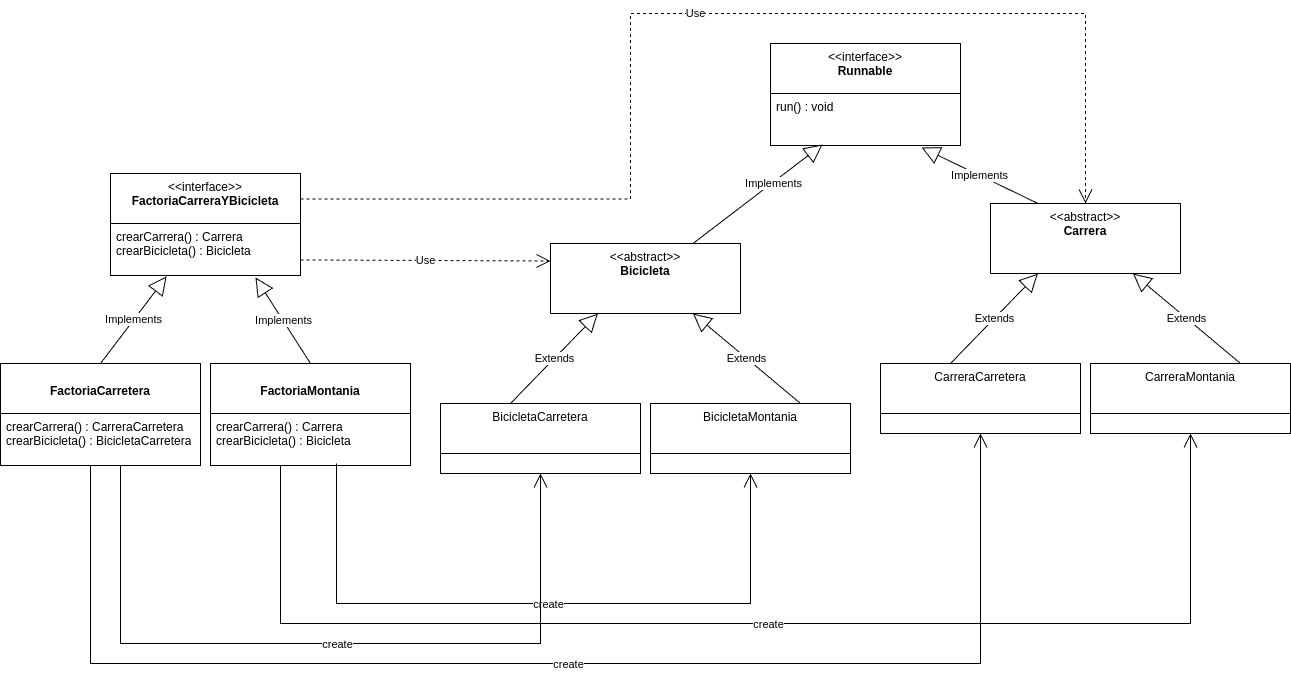
The draw.io diagram PR1/img/ej1_con_hebras.png in JuanmiAcosta/Desarrollo_De_Software, before a commit. Source tidied: cells renumbered, new cells last; positions are measured from the earlier drawing's top-left corner, leaving out a move shared by most shapes.
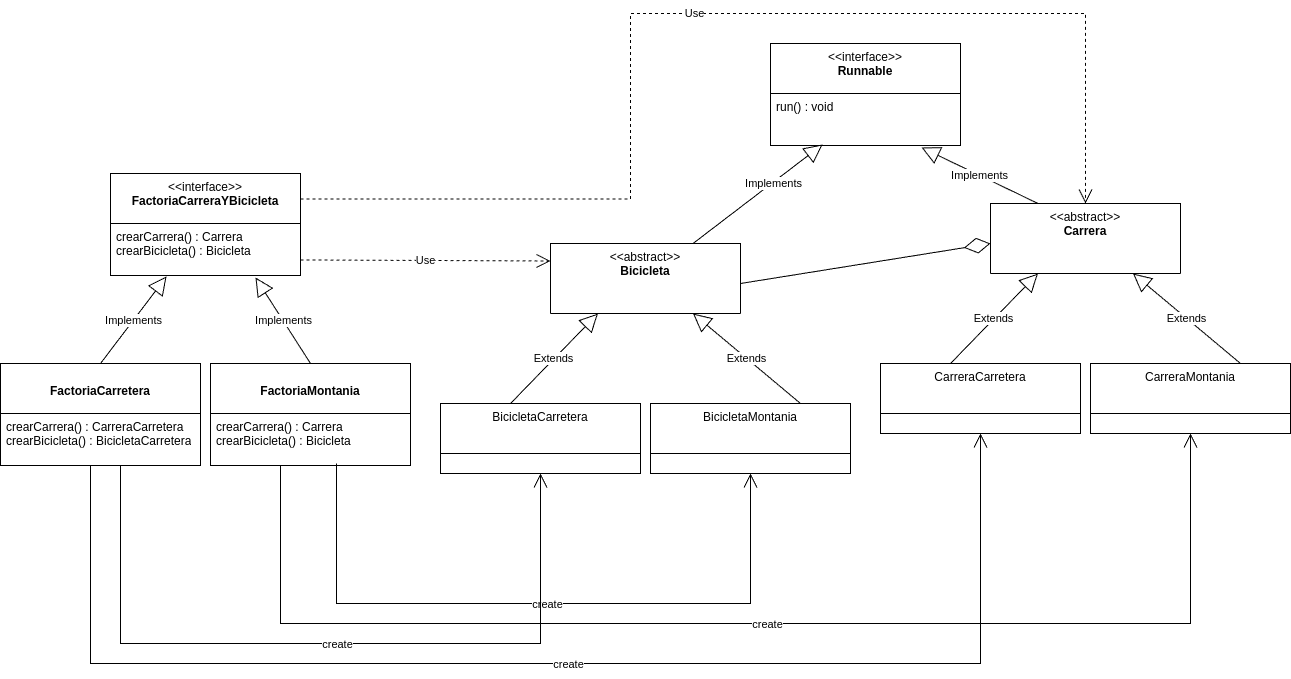
After the change.

Change to the diagram source:
```diff
@@ -29,11 +29,11 @@
     <mxCell id="10" value="&lt;span style=&quot;font-weight: 400;&quot;&gt;BicicletaMontania&lt;/span&gt;&lt;div&gt;&lt;/div&gt;" style="swimlane;fontStyle=1;align=center;verticalAlign=top;horizontal=1;startSize=50;whiteSpace=wrap;html=1;" parent="1" vertex="1">
       <mxGeometry x="650" y="390" width="200" height="70" as="geometry" />
     </mxCell>
-    <mxCell id="11" value="Extends" style="endArrow=block;endSize=16;endFill=0;html=1;rounded=0;entryX=0.25;entryY=1;entryDx=0;entryDy=0;" parent="1" edge="1" target="8">
-      <mxGeometry relative="1" as="geometry">
-        <mxPoint x="510" y="390" as="sourcePoint" />
-      </mxGeometry>
-    </mxCell>
+    <mxCell id="34" value="Extends" style="endArrow=block;endSize=16;endFill=0;html=1;rounded=0;entryX=0.25;entryY=1;entryDx=0;entryDy=0;" parent="1" edge="1" target="8">
+      <mxGeometry relative="1" as="geometry">
+        <mxPoint x="510" y="390" as="sourcePoint" />
+      </mxGeometry>
+    </mxCell>
     <mxCell id="12" value="Extends" style="endArrow=block;endSize=16;endFill=0;html=1;rounded=0;entryX=0.75;entryY=1;entryDx=0;entryDy=0;exitX=0.75;exitY=0;exitDx=0;exitDy=0;" parent="1" edge="1" source="10" target="8">
       <mxGeometry relative="1" as="geometry" />
     </mxCell>
@@ -55,70 +55,70 @@
     <mxCell id="18" value="&lt;span style=&quot;font-weight: 400;&quot;&gt;CarreraMontania&lt;/span&gt;&lt;div&gt;&lt;/div&gt;" style="swimlane;fontStyle=1;align=center;verticalAlign=top;horizontal=1;startSize=50;whiteSpace=wrap;html=1;" parent="1" vertex="1">
       <mxGeometry x="1090" y="350" width="200" height="70" as="geometry" />
     </mxCell>
-    <mxCell id="19" value="Extends" style="endArrow=block;endSize=16;endFill=0;html=1;rounded=0;entryX=0.25;entryY=1;entryDx=0;entryDy=0;" parent="1" edge="1" target="16">
-      <mxGeometry relative="1" as="geometry">
-        <mxPoint x="950" y="350" as="sourcePoint" />
-      </mxGeometry>
-    </mxCell>
+    <mxCell id="35" value="Extends" style="endArrow=block;endSize=16;endFill=0;html=1;rounded=0;entryX=0.25;entryY=1;entryDx=0;entryDy=0;" parent="1" edge="1" target="16">
+      <mxGeometry relative="1" as="geometry">
+        <mxPoint x="950" y="350" as="sourcePoint" />
+      </mxGeometry>
+    </mxCell>
     <mxCell id="20" value="Extends" style="endArrow=block;endSize=16;endFill=0;html=1;rounded=0;entryX=0.75;entryY=1;entryDx=0;entryDy=0;exitX=0.75;exitY=0;exitDx=0;exitDy=0;" parent="1" edge="1" source="18" target="16">
       <mxGeometry relative="1" as="geometry" />
     </mxCell>
-    <mxCell id="21" style="endArrow=open;endFill=1;endSize=12;html=1;rounded=0;entryX=0.5;entryY=1;entryDx=0;entryDy=0;edgeStyle=orthogonalEdgeStyle;" parent="1" edge="1" target="10">
-      <mxGeometry relative="1" as="geometry">
-        <mxPoint x="336" y="450" as="sourcePoint" />
-        <Array as="points">
-          <mxPoint x="336" y="590" />
-          <mxPoint x="750" y="590" />
-        </Array>
-      </mxGeometry>
-    </mxCell>
-    <mxCell id="22" value="create" style="edgeLabel;html=1;align=center;verticalAlign=middle;" parent="21" vertex="1">
-      <mxGeometry x="0.03" y="-1" relative="1" as="geometry">
-        <mxPoint y="-1" as="offset" />
-      </mxGeometry>
-    </mxCell>
-    <mxCell id="23" style="endArrow=open;endFill=1;endSize=12;html=1;rounded=0;exitX=0.63;exitY=1.058;exitDx=0;exitDy=0;exitPerimeter=0;edgeStyle=orthogonalEdgeStyle;entryX=0.5;entryY=1;entryDx=0;entryDy=0;" parent="1" edge="1" target="18">
-      <mxGeometry relative="1" as="geometry">
-        <mxPoint x="280" y="452" as="sourcePoint" />
-        <Array as="points">
-          <mxPoint x="280" y="610" />
-          <mxPoint x="1190" y="610" />
-        </Array>
-      </mxGeometry>
-    </mxCell>
-    <mxCell id="24" value="create" style="edgeLabel;html=1;align=center;verticalAlign=middle;" parent="23" vertex="1">
-      <mxGeometry x="0.03" y="-1" relative="1" as="geometry">
-        <mxPoint y="-1" as="offset" />
-      </mxGeometry>
-    </mxCell>
-    <mxCell id="25" style="endArrow=open;endFill=1;endSize=12;html=1;rounded=0;exitX=0.63;exitY=1.058;exitDx=0;exitDy=0;exitPerimeter=0;edgeStyle=orthogonalEdgeStyle;entryX=0.5;entryY=1;entryDx=0;entryDy=0;" parent="1" edge="1" target="9">
-      <mxGeometry relative="1" as="geometry">
-        <mxPoint x="120" y="452" as="sourcePoint" />
-        <Array as="points">
-          <mxPoint x="120" y="630" />
-          <mxPoint x="540" y="630" />
-        </Array>
-      </mxGeometry>
-    </mxCell>
-    <mxCell id="26" value="create" style="edgeLabel;html=1;align=center;verticalAlign=middle;" parent="25" vertex="1">
-      <mxGeometry x="0.03" y="-1" relative="1" as="geometry">
-        <mxPoint y="-1" as="offset" />
-      </mxGeometry>
-    </mxCell>
-    <mxCell id="27" style="endArrow=open;endFill=1;endSize=12;html=1;rounded=0;exitX=0.63;exitY=1.058;exitDx=0;exitDy=0;exitPerimeter=0;edgeStyle=orthogonalEdgeStyle;entryX=0.5;entryY=1;entryDx=0;entryDy=0;" parent="1" edge="1" target="17">
-      <mxGeometry relative="1" as="geometry">
-        <mxPoint x="90" y="452" as="sourcePoint" />
-        <Array as="points">
-          <mxPoint x="90" y="650" />
-          <mxPoint x="980" y="650" />
-        </Array>
-      </mxGeometry>
-    </mxCell>
-    <mxCell id="28" value="create" style="edgeLabel;html=1;align=center;verticalAlign=middle;" parent="27" vertex="1">
-      <mxGeometry x="0.03" y="-1" relative="1" as="geometry">
-        <mxPoint y="-1" as="offset" />
-      </mxGeometry>
-    </mxCell>
+    <mxCell id="36" style="endArrow=open;endFill=1;endSize=12;html=1;rounded=0;entryX=0.5;entryY=1;entryDx=0;entryDy=0;edgeStyle=orthogonalEdgeStyle;" parent="1" edge="1" target="10">
+      <mxGeometry relative="1" as="geometry">
+        <mxPoint x="336" y="450" as="sourcePoint" />
+        <Array as="points">
+          <mxPoint x="336" y="590" />
+          <mxPoint x="750" y="590" />
+        </Array>
+      </mxGeometry>
+    </mxCell>
+    <mxCell id="37" value="create" style="edgeLabel;html=1;align=center;verticalAlign=middle;" parent="36" vertex="1">
+      <mxGeometry x="0.03" y="-1" relative="1" as="geometry">
+        <mxPoint y="-1" as="offset" />
+      </mxGeometry>
+    </mxCell>
+    <mxCell id="38" style="endArrow=open;endFill=1;endSize=12;html=1;rounded=0;exitX=0.63;exitY=1.058;exitDx=0;exitDy=0;exitPerimeter=0;edgeStyle=orthogonalEdgeStyle;entryX=0.5;entryY=1;entryDx=0;entryDy=0;" parent="1" edge="1" target="18">
+      <mxGeometry relative="1" as="geometry">
+        <mxPoint x="280" y="452" as="sourcePoint" />
+        <Array as="points">
+          <mxPoint x="280" y="610" />
+          <mxPoint x="1190" y="610" />
+        </Array>
+      </mxGeometry>
+    </mxCell>
+    <mxCell id="39" value="create" style="edgeLabel;html=1;align=center;verticalAlign=middle;" parent="38" vertex="1">
+      <mxGeometry x="0.03" y="-1" relative="1" as="geometry">
+        <mxPoint y="-1" as="offset" />
+      </mxGeometry>
+    </mxCell>
+    <mxCell id="40" style="endArrow=open;endFill=1;endSize=12;html=1;rounded=0;exitX=0.63;exitY=1.058;exitDx=0;exitDy=0;exitPerimeter=0;edgeStyle=orthogonalEdgeStyle;entryX=0.5;entryY=1;entryDx=0;entryDy=0;" parent="1" edge="1" target="9">
+      <mxGeometry relative="1" as="geometry">
+        <mxPoint x="120" y="452" as="sourcePoint" />
+        <Array as="points">
+          <mxPoint x="120" y="630" />
+          <mxPoint x="540" y="630" />
+        </Array>
+      </mxGeometry>
+    </mxCell>
+    <mxCell id="41" value="create" style="edgeLabel;html=1;align=center;verticalAlign=middle;" parent="40" vertex="1">
+      <mxGeometry x="0.03" y="-1" relative="1" as="geometry">
+        <mxPoint y="-1" as="offset" />
+      </mxGeometry>
+    </mxCell>
+    <mxCell id="42" style="endArrow=open;endFill=1;endSize=12;html=1;rounded=0;exitX=0.63;exitY=1.058;exitDx=0;exitDy=0;exitPerimeter=0;edgeStyle=orthogonalEdgeStyle;entryX=0.5;entryY=1;entryDx=0;entryDy=0;" parent="1" edge="1" target="17">
+      <mxGeometry relative="1" as="geometry">
+        <mxPoint x="90" y="452" as="sourcePoint" />
+        <Array as="points">
+          <mxPoint x="90" y="650" />
+          <mxPoint x="980" y="650" />
+        </Array>
+      </mxGeometry>
+    </mxCell>
+    <mxCell id="43" value="create" style="edgeLabel;html=1;align=center;verticalAlign=middle;" parent="42" vertex="1">
+      <mxGeometry x="0.03" y="-1" relative="1" as="geometry">
+        <mxPoint y="-1" as="offset" />
+      </mxGeometry>
+    </mxCell>
     <mxCell id="29" value="Use" style="endArrow=open;endSize=12;dashed=1;html=1;rounded=0;exitX=1;exitY=0.25;exitDx=0;exitDy=0;entryX=0.5;entryY=0;entryDx=0;entryDy=0;edgeStyle=orthogonalEdgeStyle;" parent="1" edge="1" source="2" target="16">
       <mxGeometry relative="1" as="geometry">
         <Array as="points">
@@ -140,5 +140,11 @@
     <mxCell id="33" value="Implements" style="endArrow=block;endSize=16;endFill=0;html=1;rounded=0;entryX=0.795;entryY=1.038;entryDx=0;entryDy=0;exitX=0.25;exitY=0;exitDx=0;exitDy=0;entryPerimeter=0;" parent="1" edge="1" source="16" target="31">
       <mxGeometry relative="1" as="geometry" />
     </mxCell>
+    <mxCell id="44" style="endArrow=diamondThin;endFill=0;endSize=24;html=1;rounded=0;entryX=0;entryY=0.5;entryDx=0;entryDy=0;exitX=1;exitY=0.5;exitDx=0;exitDy=0;" parent="1" edge="1">
+      <mxGeometry relative="1" as="geometry">
+        <mxPoint x="740" y="270" as="sourcePoint" />
+        <mxPoint x="990" y="230" as="targetPoint" />
+      </mxGeometry>
+    </mxCell>
   </root>
 </mxGraphModel>
```
